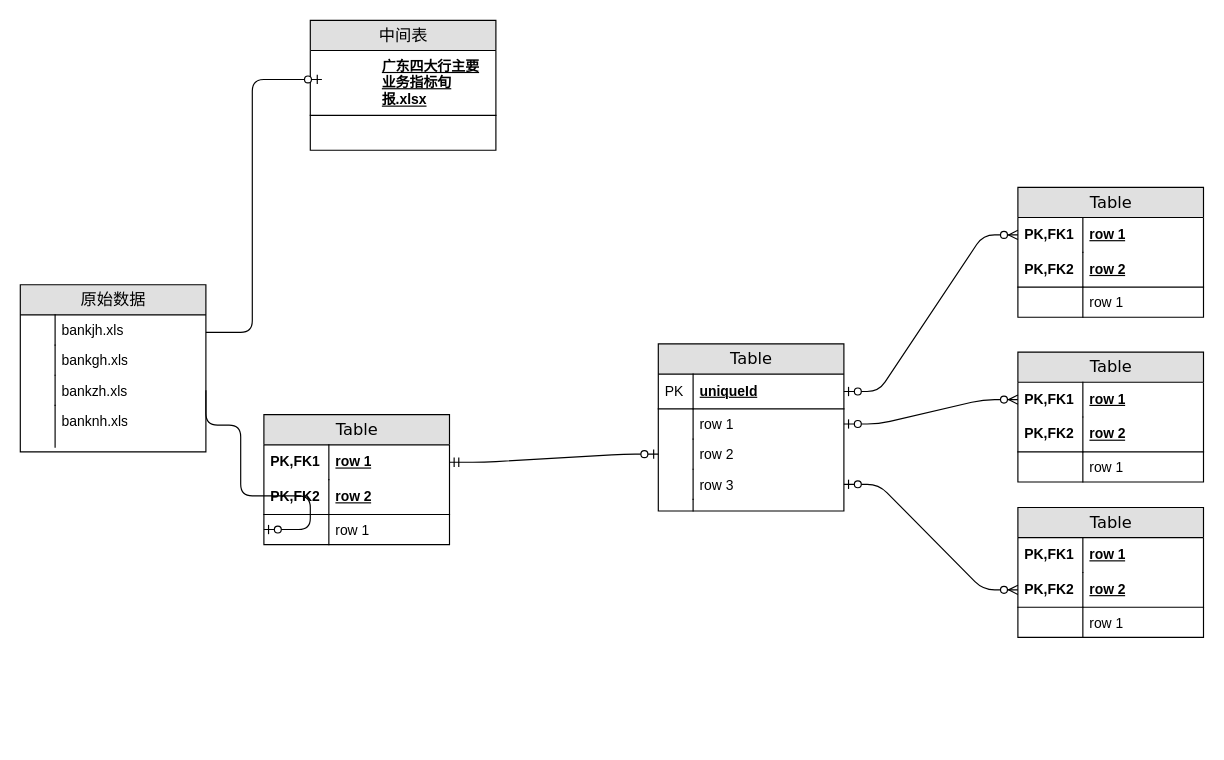
Earlier version of the draw.io diagram Untitled Diagram.drawio (kireihei/ProjectFlowchart2023). Source tidied: cells renumbered, new cells numbered last; positions are measured from the earlier drawing's top-left corner, leaving out a move shared by most shapes. Both pictures are drawn from the tidied source at 116%, with x=0, y=0 at pixel (20, 20).
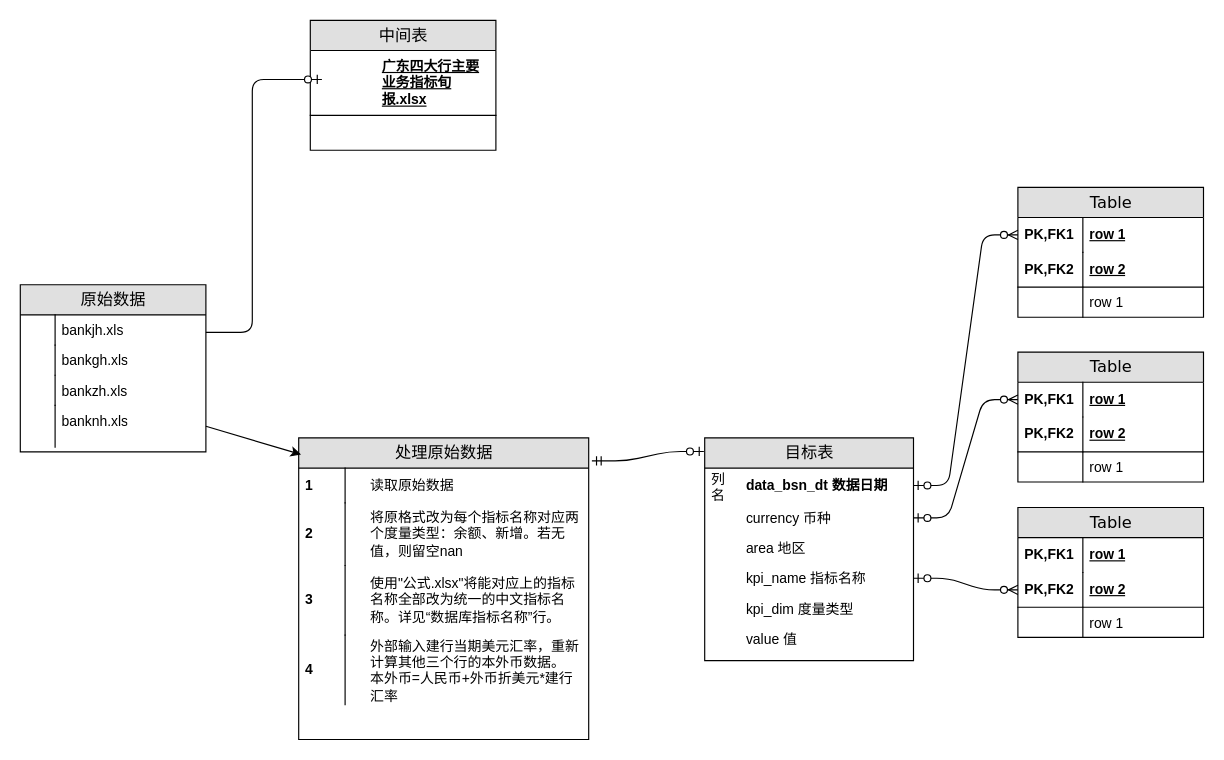
After the change.

Unchanged cells that the change refers to:
```xml
<mxCell id="52" value="bankzh.xls" style="shape=partialRectangle;top=0;left=0;right=0;bottom=0;html=1;align=left;verticalAlign=top;fillColor=none;spacingLeft=34;spacingRight=4;whiteSpace=wrap;overflow=hidden;points=[[0,0.5],[1,0.5]];portConstraint=eastwest;" parent="47" vertex="1">
  <mxGeometry y="78" width="160" height="26" as="geometry" />
</mxCell>
<mxCell id="54" value="banknh.xls" style="shape=partialRectangle;top=0;left=0;right=0;bottom=0;html=1;align=left;verticalAlign=top;fillColor=none;spacingLeft=34;spacingRight=4;whiteSpace=wrap;overflow=hidden;points=[[0,0.5],[1,0.5]];portConstraint=eastwest;" parent="47" vertex="1">
  <mxGeometry y="104" width="160" height="36" as="geometry" />
</mxCell>
```

Diff of the diagram source:
```diff
@@
-    <mxCell id="4" value="Table" style="swimlane;html=1;fontStyle=0;horizontal=1;startSize=26;fillColor=#e0e0e0;swimlaneFillColor=#ffffff;align=center;rounded=0;shadow=0;comic=0;labelBackgroundColor=none;strokeWidth=1;fontFamily=Verdana;fontSize=14;" parent="1" vertex="1">
-      <mxGeometry x="550" y="279" width="160" height="144" as="geometry" />
+    <mxCell id="4" value="目标表" style="swimlane;html=1;fontStyle=0;horizontal=1;startSize=26;fillColor=#e0e0e0;swimlaneFillColor=#ffffff;align=center;rounded=0;shadow=0;comic=0;labelBackgroundColor=none;strokeWidth=1;fontFamily=Verdana;fontSize=14;" parent="1" vertex="1">
+      <mxGeometry x="590" y="360" width="180" height="192" as="geometry" />
     </mxCell>
-    <mxCell id="5" value="uniqueId" style="shape=partialRectangle;top=0;left=0;right=0;bottom=1;html=1;align=left;verticalAlign=middle;fillColor=none;spacingLeft=34;spacingRight=4;whiteSpace=wrap;overflow=hidden;points=[[0,0.5],[1,0.5]];portConstraint=eastwest;fontStyle=5;" parent="4" vertex="1">
-      <mxGeometry y="26" width="160" height="30" as="geometry" />
+    <mxCell id="5" value="&lt;span style=&quot;&quot;&gt;data_bsn_dt 数据日期&lt;/span&gt;" style="shape=partialRectangle;top=0;left=0;right=0;bottom=1;html=1;align=left;verticalAlign=middle;fillColor=none;spacingLeft=34;spacingRight=4;whiteSpace=wrap;overflow=hidden;points=[[0,0.5],[1,0.5]];portConstraint=eastwest;fontStyle=1;strokeColor=none;" parent="4" vertex="1">
+      <mxGeometry y="26" width="180" height="30" as="geometry" />
     </mxCell>
-    <mxCell id="6" value="PK" style="shape=partialRectangle;top=0;left=0;bottom=0;html=1;fillColor=none;align=left;verticalAlign=middle;spacingLeft=4;spacingRight=4;whiteSpace=wrap;overflow=hidden;" parent="5" vertex="1">
+    <mxCell id="6" value="列名" style="shape=partialRectangle;top=0;left=0;bottom=0;html=1;fillColor=none;align=left;verticalAlign=middle;spacingLeft=4;spacingRight=4;whiteSpace=wrap;overflow=hidden;strokeColor=none;" parent="5" vertex="1">
       <mxGeometry width="30" height="30" as="geometry" />
     </mxCell>
-    <mxCell id="7" value="row 1" style="shape=partialRectangle;top=0;left=0;right=0;bottom=0;html=1;align=left;verticalAlign=top;fillColor=none;spacingLeft=34;spacingRight=4;whiteSpace=wrap;overflow=hidden;points=[[0,0.5],[1,0.5]];portConstraint=eastwest;" parent="4" vertex="1">
-      <mxGeometry y="56" width="160" height="26" as="geometry" />
+    <mxCell id="7" value="currency 币种" style="shape=partialRectangle;top=0;left=0;right=0;bottom=0;html=1;align=left;verticalAlign=top;fillColor=none;spacingLeft=34;spacingRight=4;whiteSpace=wrap;overflow=hidden;points=[[0,0.5],[1,0.5]];portConstraint=eastwest;" parent="4" vertex="1">
+      <mxGeometry y="56" width="180" height="26" as="geometry" />
     </mxCell>
-    <mxCell id="8" style="shape=partialRectangle;top=0;left=0;bottom=0;html=1;fillColor=none;align=left;verticalAlign=top;spacingLeft=4;spacingRight=4;whiteSpace=wrap;overflow=hidden;" parent="7" vertex="1">
-      <mxGeometry width="30" height="26" as="geometry" />
-    </mxCell>
-    <mxCell id="9" value="row 2" style="shape=partialRectangle;top=0;left=0;right=0;bottom=0;html=1;align=left;verticalAlign=top;fillColor=none;spacingLeft=34;spacingRight=4;whiteSpace=wrap;overflow=hidden;points=[[0,0.5],[1,0.5]];portConstraint=eastwest;" parent="4" vertex="1">
-      <mxGeometry y="82" width="160" height="26" as="geometry" />
+    <mxCell id="9" value="area 地区" style="shape=partialRectangle;top=0;left=0;right=0;bottom=0;html=1;align=left;verticalAlign=top;fillColor=none;spacingLeft=34;spacingRight=4;whiteSpace=wrap;overflow=hidden;points=[[0,0.5],[1,0.5]];portConstraint=eastwest;" parent="4" vertex="1">
+      <mxGeometry y="82" width="180" height="26" as="geometry" />
     </mxCell>
-    <mxCell id="10" style="shape=partialRectangle;top=0;left=0;bottom=0;html=1;fillColor=none;align=left;verticalAlign=top;spacingLeft=4;spacingRight=4;whiteSpace=wrap;overflow=hidden;" parent="9" vertex="1">
-      <mxGeometry width="30" height="26" as="geometry" />
-    </mxCell>
-    <mxCell id="11" value="row 3" style="shape=partialRectangle;top=0;left=0;right=0;bottom=0;html=1;align=left;verticalAlign=top;fillColor=none;spacingLeft=34;spacingRight=4;whiteSpace=wrap;overflow=hidden;points=[[0,0.5],[1,0.5]];portConstraint=eastwest;" parent="4" vertex="1">
-      <mxGeometry y="108" width="160" height="26" as="geometry" />
+    <mxCell id="11" value="kpi_name 指标名称" style="shape=partialRectangle;top=0;left=0;right=0;bottom=0;html=1;align=left;verticalAlign=top;fillColor=none;spacingLeft=34;spacingRight=4;whiteSpace=wrap;overflow=hidden;points=[[0,0.5],[1,0.5]];portConstraint=eastwest;" parent="4" vertex="1">
+      <mxGeometry y="108" width="180" height="26" as="geometry" />
     </mxCell>
-    <mxCell id="12" style="shape=partialRectangle;top=0;left=0;bottom=0;html=1;fillColor=none;align=left;verticalAlign=top;spacingLeft=4;spacingRight=4;whiteSpace=wrap;overflow=hidden;" parent="11" vertex="1">
-      <mxGeometry width="30" height="26" as="geometry" />
-    </mxCell>
-    <mxCell id="13" style="shape=partialRectangle;top=0;left=0;right=0;bottom=0;html=1;align=left;verticalAlign=top;fillColor=none;spacingLeft=34;spacingRight=4;whiteSpace=wrap;overflow=hidden;" parent="4" vertex="1">
-      <mxGeometry y="134" width="160" height="10" as="geometry" />
-    </mxCell>
-    <mxCell id="14" style="shape=partialRectangle;top=0;left=0;bottom=0;html=1;fillColor=none;align=left;verticalAlign=top;spacingLeft=4;spacingRight=4;whiteSpace=wrap;overflow=hidden;" parent="13" vertex="1">
-      <mxGeometry width="30" height="10" as="geometry" />
-    </mxCell>
+    <mxCell id="58" value="kpi_dim 度量类型" style="shape=partialRectangle;top=0;left=0;right=0;bottom=0;html=1;align=left;verticalAlign=top;fillColor=none;spacingLeft=34;spacingRight=4;whiteSpace=wrap;overflow=hidden;" parent="4" vertex="1">
+      <mxGeometry y="134" width="180" height="26" as="geometry" />
+    </mxCell>
+    <mxCell id="59" value="value 值" style="shape=partialRectangle;top=0;left=0;right=0;bottom=0;html=1;align=left;verticalAlign=top;fillColor=none;spacingLeft=34;spacingRight=4;whiteSpace=wrap;overflow=hidden;strokeColor=none;" parent="4" vertex="1">
+      <mxGeometry y="160" width="180" height="26" as="geometry" />
+    </mxCell>
@@
-    <mxCell id="22" value="Table" style="swimlane;html=1;fontStyle=0;horizontal=1;startSize=26;fillColor=#e0e0e0;swimlaneFillColor=#ffffff;align=center;rounded=0;shadow=0;comic=0;labelBackgroundColor=none;strokeWidth=1;fontFamily=Verdana;fontSize=14;" parent="1" vertex="1">
-      <mxGeometry x="210" y="340" width="160" height="112" as="geometry" />
+    <mxCell id="22" value="处理原始数据" style="swimlane;html=1;fontStyle=0;horizontal=1;startSize=26;fillColor=#e0e0e0;swimlaneFillColor=#ffffff;align=center;rounded=0;shadow=0;comic=0;labelBackgroundColor=none;strokeWidth=1;fontFamily=Verdana;fontSize=14;" parent="1" vertex="1">
+      <mxGeometry x="240" y="360" width="250" height="260" as="geometry" />
     </mxCell>
-    <mxCell id="23" value="row 1" style="shape=partialRectangle;top=0;left=0;right=0;bottom=0;html=1;align=left;verticalAlign=middle;fillColor=none;spacingLeft=60;spacingRight=4;whiteSpace=wrap;overflow=hidden;points=[[0,0.5],[1,0.5]];portConstraint=eastwest;fontStyle=5;" parent="22" vertex="1">
-      <mxGeometry y="26" width="160" height="30" as="geometry" />
+    <mxCell id="23" value="读取原始数据" style="shape=partialRectangle;top=0;left=0;right=0;bottom=0;html=1;align=left;verticalAlign=middle;fillColor=none;spacingLeft=60;spacingRight=4;whiteSpace=wrap;overflow=hidden;points=[[0,0.5],[1,0.5]];portConstraint=eastwest;fontStyle=0;" parent="22" vertex="1">
+      <mxGeometry y="26" width="250" height="30" as="geometry" />
     </mxCell>
-    <mxCell id="24" value="PK,FK1" style="shape=partialRectangle;fontStyle=1;top=0;left=0;bottom=0;html=1;fillColor=none;align=left;verticalAlign=middle;spacingLeft=4;spacingRight=4;whiteSpace=wrap;overflow=hidden;" parent="23" vertex="1">
-      <mxGeometry width="56" height="30" as="geometry" />
+    <mxCell id="24" value="1" style="shape=partialRectangle;fontStyle=1;top=0;left=0;bottom=0;html=1;fillColor=none;align=left;verticalAlign=middle;spacingLeft=4;spacingRight=4;whiteSpace=wrap;overflow=hidden;" parent="23" vertex="1">
+      <mxGeometry width="40" height="30" as="geometry" />
     </mxCell>
-    <mxCell id="25" value="row 2" style="shape=partialRectangle;top=0;left=0;right=0;bottom=1;html=1;align=left;verticalAlign=middle;fillColor=none;spacingLeft=60;spacingRight=4;whiteSpace=wrap;overflow=hidden;fontStyle=5;" parent="22" vertex="1">
-      <mxGeometry y="56" width="160" height="30" as="geometry" />
+    <mxCell id="25" value="将原格式改为每个指标名称对应两个度量类型：余额、新增。若无值，则留空nan" style="shape=partialRectangle;top=0;left=0;right=0;bottom=1;html=1;align=left;verticalAlign=middle;fillColor=none;spacingLeft=60;spacingRight=4;whiteSpace=wrap;overflow=hidden;fontStyle=0;strokeColor=none;" parent="22" vertex="1">
+      <mxGeometry y="56" width="250" height="54" as="geometry" />
     </mxCell>
-    <mxCell id="26" value="PK,FK2" style="shape=partialRectangle;fontStyle=1;top=0;left=0;bottom=0;html=1;fillColor=none;align=left;verticalAlign=middle;spacingLeft=4;spacingRight=4;whiteSpace=wrap;overflow=hidden;" parent="25" vertex="1">
-      <mxGeometry width="56" height="30" as="geometry" />
+    <mxCell id="26" value="2" style="shape=partialRectangle;fontStyle=1;top=0;left=0;bottom=0;html=1;fillColor=none;align=left;verticalAlign=middle;spacingLeft=4;spacingRight=4;whiteSpace=wrap;overflow=hidden;" parent="25" vertex="1">
+      <mxGeometry width="40" height="54" as="geometry" />
     </mxCell>
-    <mxCell id="27" value="row 1" style="shape=partialRectangle;top=0;left=0;right=0;bottom=0;html=1;align=left;verticalAlign=top;fillColor=none;spacingLeft=60;spacingRight=4;whiteSpace=wrap;overflow=hidden;points=[[0,0.5],[1,0.5]];portConstraint=eastwest;" parent="22" vertex="1">
-      <mxGeometry y="86" width="160" height="26" as="geometry" />
-    </mxCell>
-    <mxCell id="28" style="shape=partialRectangle;top=0;left=0;bottom=0;html=1;fillColor=none;align=left;verticalAlign=top;spacingLeft=4;spacingRight=4;whiteSpace=wrap;overflow=hidden;" parent="27" vertex="1">
-      <mxGeometry width="56" height="26" as="geometry" />
-    </mxCell>
+    <mxCell id="60" value="使用&quot;公式.xlsx&quot;将能对应上的指标名称全部改为统一的中文指标名称。详见“数据库指标名称”行。" style="shape=partialRectangle;top=0;left=0;right=0;bottom=1;html=1;align=left;verticalAlign=middle;fillColor=none;spacingLeft=60;spacingRight=4;whiteSpace=wrap;overflow=hidden;fontStyle=0;strokeColor=none;" parent="22" vertex="1">
+      <mxGeometry y="110" width="250" height="60" as="geometry" />
+    </mxCell>
+    <mxCell id="61" value="3" style="shape=partialRectangle;fontStyle=1;top=0;left=0;bottom=0;html=1;fillColor=none;align=left;verticalAlign=middle;spacingLeft=4;spacingRight=4;whiteSpace=wrap;overflow=hidden;" parent="60" vertex="1">
+      <mxGeometry width="40" height="60" as="geometry" />
+    </mxCell>
+    <mxCell id="62" value="外部输入建行当期美元汇率，重新计算其他三个行的本外币数据。&lt;br&gt;本外币=人民币+外币折美元*建行汇率" style="shape=partialRectangle;top=0;left=0;right=0;bottom=1;html=1;align=left;verticalAlign=middle;fillColor=none;spacingLeft=60;spacingRight=4;whiteSpace=wrap;overflow=hidden;fontStyle=0;strokeColor=none;" parent="22" vertex="1">
+      <mxGeometry y="170" width="250" height="60" as="geometry" />
+    </mxCell>
+    <mxCell id="63" value="4" style="shape=partialRectangle;fontStyle=1;top=0;left=0;bottom=0;html=1;fillColor=none;align=left;verticalAlign=middle;spacingLeft=4;spacingRight=4;whiteSpace=wrap;overflow=hidden;" parent="62" vertex="1">
+      <mxGeometry width="40" height="60" as="geometry" />
+    </mxCell>
-    <mxCell id="29" style="edgeStyle=entityRelationEdgeStyle;html=1;endArrow=ERzeroToOne;startArrow=ERmandOne;labelBackgroundColor=none;fontFamily=Verdana;fontSize=14;exitX=1;exitY=0.5;entryX=0;entryY=0.5;" parent="1" edge="1" source="23" target="9">
+    <mxCell id="29" style="edgeStyle=entityRelationEdgeStyle;html=1;endArrow=ERzeroToOne;startArrow=ERmandOne;labelBackgroundColor=none;fontFamily=Verdana;fontSize=14;exitX=1.011;exitY=0.076;entryX=-0.004;entryY=0.061;exitDx=0;exitDy=0;exitPerimeter=0;entryDx=0;entryDy=0;entryPerimeter=0;" parent="1" edge="1" source="22" target="4">
       <mxGeometry relative="1" as="geometry" />
     </mxCell>
@@
-    <mxCell id="57" style="edgeStyle=orthogonalEdgeStyle;html=1;endArrow=ERzeroToOne;endFill=1;labelBackgroundColor=none;fontFamily=Verdana;fontSize=14;entryX=0;entryY=0.5;exitX=1;exitY=0.5;" parent="1" edge="1" source="52" target="27">
-      <mxGeometry relative="1" as="geometry">
-        <Array as="points">
-          <mxPoint x="160" y="349" />
-          <mxPoint x="190" y="349" />
-          <mxPoint x="190" y="410" />
-          <mxPoint x="250" y="410" />
-          <mxPoint x="250" y="439" />
-        </Array>
-      </mxGeometry>
-    </mxCell>
+    <mxCell id="64" style="endArrow=classic;html=1;rounded=0;exitX=1;exitY=0.5;exitDx=0;exitDy=0;entryX=0.008;entryY=0.055;entryDx=0;entryDy=0;entryPerimeter=0;" parent="1" edge="1" source="54" target="22">
+      <mxGeometry relative="1" as="geometry" />
+    </mxCell>
```
